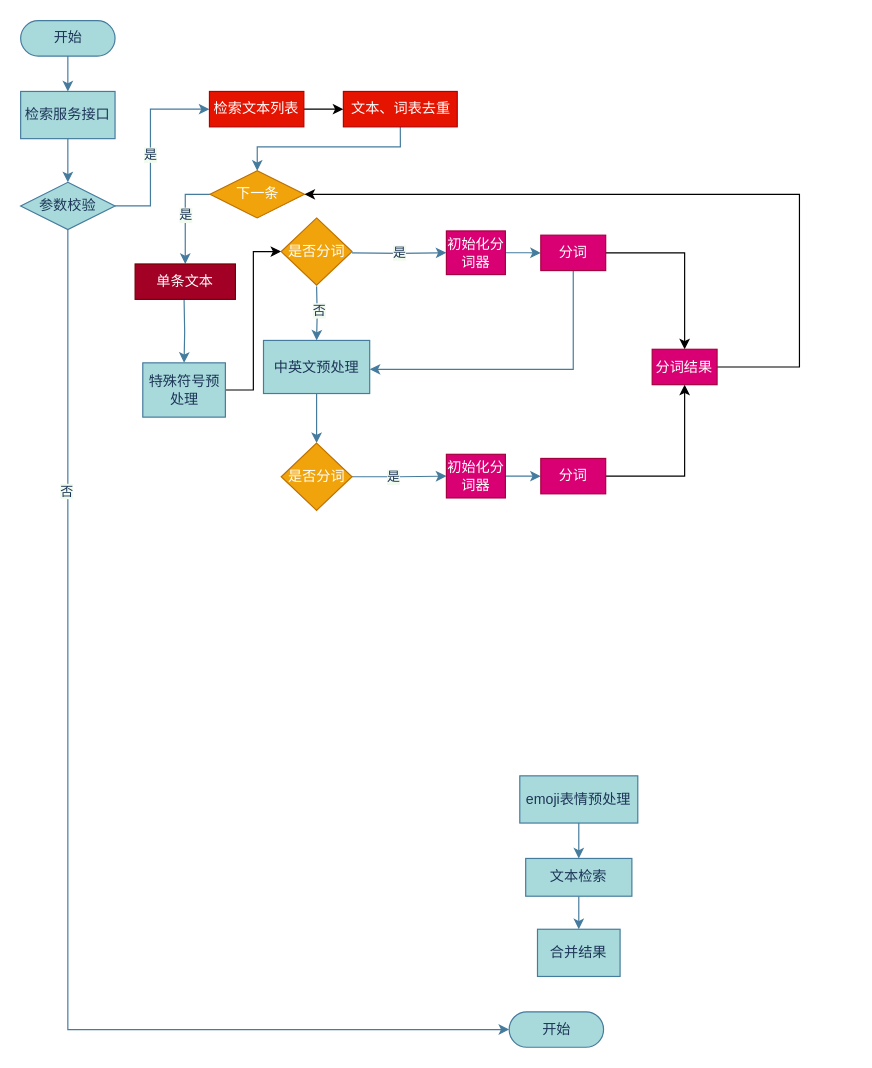
FataliBud/draw.io keeps this draw.io diagram as nlas search list接口优化.drawio. Above is the earlier version. Source tidied: cells renumbered, new cells numbered last; positions are measured from the earlier drawing's top-left corner, leaving out a move shared by most shapes. Both pictures are drawn from the tidied source at 118%, with x=0, y=0 at pixel (20, 20).
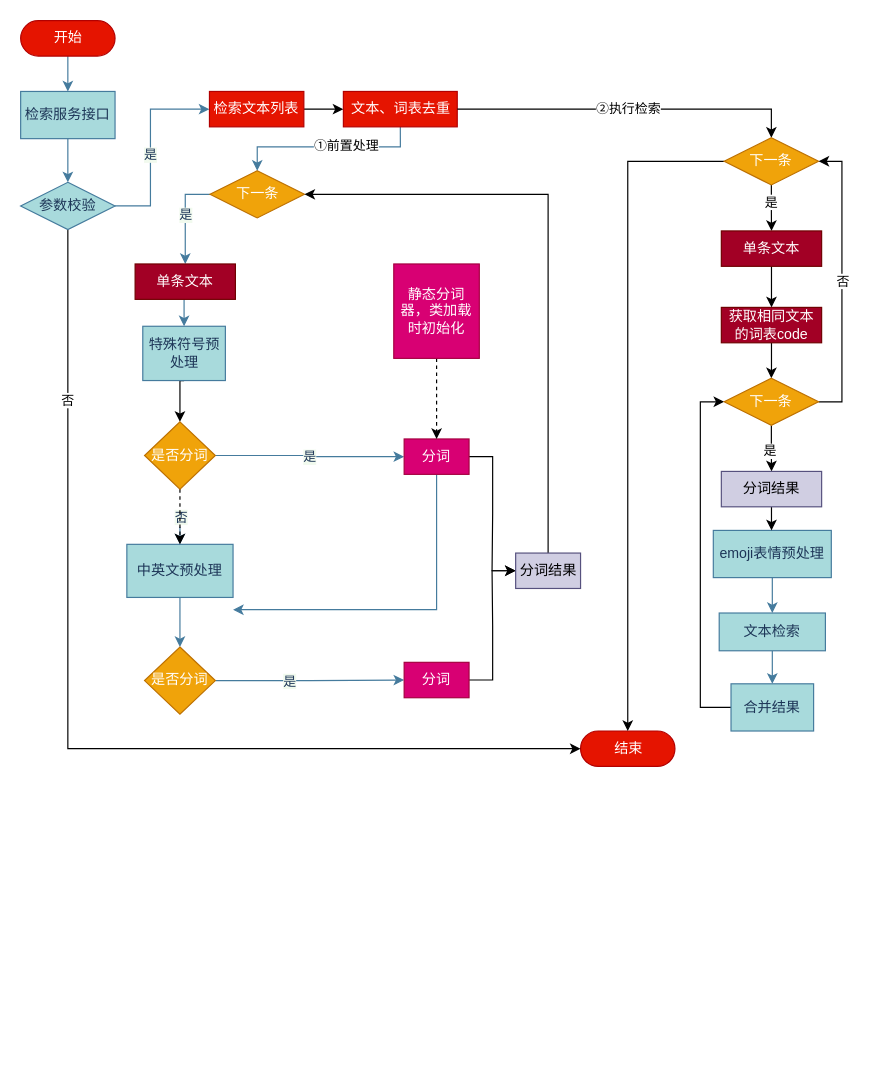
The same page after the edit.

Commit message (it also covers changes not shown here):
更新nlas search list接口优化.drawio

Unchanged cells that the change refers to:
```xml
<mxCell id="10" value="下一条" style="rhombus;whiteSpace=wrap;html=1;rounded=0;fillColor=#f0a30a;strokeColor=#BD7000;fontColor=#ffffff;" parent="1" vertex="1">
  <mxGeometry x="160.5" y="127.2" width="80" height="40" as="geometry" />
</mxCell>
<mxCell id="13" style="edgeStyle=orthogonalEdgeStyle;rounded=0;jettySize=auto;html=1;entryX=0.5;entryY=0;entryDx=0;entryDy=0;labelBackgroundColor=#F1FAEE;strokeColor=#457B9D;fontColor=#1D3557;exitX=0.5;exitY=1;exitDx=0;exitDy=0;" parent="1" edge="1" source="45" target="10">
  <mxGeometry relative="1" as="geometry">
    <Array as="points">
      <mxPoint x="322" y="107" />
      <mxPoint x="201" y="107" />
    </Array>
  </mxGeometry>
</mxCell>
<mxCell id="44" value="参数校验" style="rhombus;whiteSpace=wrap;html=1;rounded=0;fillColor=#A8DADC;strokeColor=#457B9D;fontColor=#1D3557;" parent="1" vertex="1">
  <mxGeometry y="137" width="80" height="40" as="geometry" />
</mxCell>
<mxCell id="45" value="文本、词表去重" style="whiteSpace=wrap;html=1;rounded=0;fillColor=#e51400;strokeColor=#B20000;fontColor=#ffffff;" parent="1" vertex="1">
  <mxGeometry x="273.5" y="60" width="96.5" height="30" as="geometry" />
</mxCell>
```

Diff of the diagram source:
```diff
@@
-    <mxCell id="3" value="开始" style="html=1;dashed=0;whitespace=wrap;shape=mxgraph.dfd.start;fillColor=#A8DADC;strokeColor=#457B9D;fontColor=#1D3557;" parent="1" vertex="1">
+    <mxCell id="3" value="开始" style="html=1;dashed=0;whitespace=wrap;shape=mxgraph.dfd.start;fillColor=#e51400;strokeColor=#B20000;fontColor=#ffffff;" parent="1" vertex="1">
       <mxGeometry width="80" height="30" as="geometry" />
     </mxCell>
@@
+    <mxCell id="48" value="①前置处理" style="edgeLabel;html=1;align=center;verticalAlign=middle;" parent="13" vertex="1">
+      <mxGeometry x="-0.21" y="-2" relative="1" as="geometry" />
+    </mxCell>
@@
-    <mxCell id="16" style="edgeStyle=orthogonalEdgeStyle;rounded=0;jettySize=auto;html=1;entryX=0;entryY=0.5;entryDx=0;entryDy=0;exitX=1;exitY=0.5;exitDx=0;exitDy=0;" parent="1" edge="1" source="17" target="25">
+    <mxCell id="16" style="edgeStyle=orthogonalEdgeStyle;rounded=0;jettySize=auto;html=1;entryX=0.5;entryY=0;entryDx=0;entryDy=0;exitX=0.5;exitY=1;exitDx=0;exitDy=0;" parent="1" edge="1" source="17" target="25">
       <mxGeometry relative="1" as="geometry" />
     </mxCell>
     <mxCell id="17" value="特殊符号预处理" style="whiteSpace=wrap;html=1;rounded=0;fillColor=#A8DADC;strokeColor=#457B9D;fontColor=#1D3557;" parent="1" vertex="1">
-      <mxGeometry x="103.5" y="290" width="70" height="46" as="geometry" />
+      <mxGeometry x="103.5" y="259" width="70" height="46" as="geometry" />
     </mxCell>
@@
     <mxCell id="19" value="中英文预处理" style="whiteSpace=wrap;html=1;rounded=0;fillColor=#A8DADC;strokeColor=#457B9D;fontColor=#1D3557;" parent="1" vertex="1">
-      <mxGeometry x="205.8" y="271" width="90" height="45" as="geometry" />
+      <mxGeometry x="90" y="443.8" width="90" height="45" as="geometry" />
     </mxCell>
@@
     <mxCell id="21" value="emoji表情预处理" style="whiteSpace=wrap;html=1;rounded=0;fillColor=#A8DADC;strokeColor=#457B9D;fontColor=#1D3557;" parent="1" vertex="1">
-      <mxGeometry x="423" y="640" width="100" height="40" as="geometry" />
+      <mxGeometry x="587" y="432" width="100" height="40" as="geometry" />
     </mxCell>
-    <mxCell id="22" value="是" style="edgeStyle=orthogonalEdgeStyle;rounded=0;jettySize=auto;html=1;labelBackgroundColor=#F1FAEE;strokeColor=#457B9D;fontColor=#1D3557;" parent="1" edge="1" target="27">
-      <mxGeometry relative="1" as="geometry">
-        <mxPoint x="280.8" y="196.8" as="sourcePoint" />
-      </mxGeometry>
+    <mxCell id="22" value="是" style="edgeStyle=orthogonalEdgeStyle;rounded=0;jettySize=auto;html=1;labelBackgroundColor=#F1FAEE;strokeColor=#457B9D;fontColor=#1D3557;entryX=0;entryY=0.5;entryDx=0;entryDy=0;exitX=1;exitY=0.5;exitDx=0;exitDy=0;" parent="1" edge="1" source="25" target="30">
+      <mxGeometry relative="1" as="geometry" />
     </mxCell>
     <mxCell id="23" style="edgeStyle=orthogonalEdgeStyle;rounded=0;jettySize=auto;html=1;exitX=0.5;exitY=1;exitDx=0;exitDy=0;entryX=0.5;entryY=0;entryDx=0;entryDy=0;labelBackgroundColor=#F1FAEE;strokeColor=#457B9D;fontColor=#1D3557;" parent="1" edge="1" target="19">
       <mxGeometry relative="1" as="geometry">
-        <mxPoint x="250.8" y="225.2" as="sourcePoint" />
+        <mxPoint x="135" y="429" as="sourcePoint" />
       </mxGeometry>
     </mxCell>
     <mxCell id="24" value="否" style="edgeLabel;html=1;align=center;verticalAlign=middle;labelBackgroundColor=#F1FAEE;fontColor=#1D3557;" parent="23" vertex="1">
       <mxGeometry x="-0.13" relative="1" as="geometry">
-        <mxPoint x="1" as="offset" />
+        <mxPoint y="-15" as="offset" />
       </mxGeometry>
     </mxCell>
+    <mxCell id="49" style="edgeStyle=orthogonalEdgeStyle;rounded=0;jettySize=auto;html=1;entryX=0.5;entryY=0;entryDx=0;entryDy=0;dashed=1;" parent="1" edge="1" source="25" target="19">
+      <mxGeometry relative="1" as="geometry" />
+    </mxCell>
     <mxCell id="25" value="是否分词" style="rhombus;whiteSpace=wrap;html=1;rounded=0;fillColor=#f0a30a;strokeColor=#BD7000;fontColor=#ffffff;" parent="1" vertex="1">
-      <mxGeometry x="220.8" y="167.2" width="60" height="57" as="geometry" />
+      <mxGeometry x="105" y="340" width="60" height="57" as="geometry" />
     </mxCell>
-    <mxCell id="26" style="edgeStyle=orthogonalEdgeStyle;rounded=0;jettySize=auto;html=1;labelBackgroundColor=#F1FAEE;strokeColor=#457B9D;fontColor=#1D3557;" parent="1" edge="1" source="27" target="30">
-      <mxGeometry relative="1" as="geometry" />
-    </mxCell>
-    <mxCell id="27" value="初始化分词器" style="whiteSpace=wrap;html=1;rounded=0;fillColor=#d80073;strokeColor=#A50040;fontColor=#ffffff;" parent="1" vertex="1">
-      <mxGeometry x="360.8" y="178.2" width="50" height="37" as="geometry" />
-    </mxCell>
     <mxCell id="28" style="edgeStyle=orthogonalEdgeStyle;rounded=0;jettySize=auto;html=1;entryX=1;entryY=0.5;entryDx=0;entryDy=0;labelBackgroundColor=#F1FAEE;strokeColor=#457B9D;fontColor=#1D3557;" parent="1" edge="1" source="30">
       <mxGeometry relative="1" as="geometry">
-        <mxPoint x="295.8" y="295.5" as="targetPoint" />
+        <mxPoint x="180" y="499.2" as="targetPoint" />
         <Array as="points">
-          <mxPoint x="468.8" y="295.8" />
+          <mxPoint x="353" y="499.5" />
         </Array>
       </mxGeometry>
     </mxCell>
-    <mxCell id="29" style="edgeStyle=orthogonalEdgeStyle;rounded=0;jettySize=auto;html=1;" parent="1" edge="1" source="30" target="47">
+    <mxCell id="29" style="edgeStyle=orthogonalEdgeStyle;rounded=0;jettySize=auto;html=1;entryX=0;entryY=0.5;entryDx=0;entryDy=0;" parent="1" edge="1" source="30" target="47">
       <mxGeometry relative="1" as="geometry" />
     </mxCell>
     <mxCell id="30" value="分词" style="whiteSpace=wrap;html=1;rounded=0;fillColor=#d80073;strokeColor=#A50040;fontColor=#ffffff;" parent="1" vertex="1">
-      <mxGeometry x="440.8" y="181.8" width="55" height="30" as="geometry" />
+      <mxGeometry x="325" y="354.5" width="55" height="30" as="geometry" />
     </mxCell>
-    <mxCell id="31" style="edgeStyle=orthogonalEdgeStyle;rounded=0;jettySize=auto;html=1;entryX=0;entryY=0.5;entryDx=0;entryDy=0;labelBackgroundColor=#F1FAEE;strokeColor=#457B9D;fontColor=#1D3557;" parent="1" edge="1" source="33" target="35">
+    <mxCell id="31" style="edgeStyle=orthogonalEdgeStyle;rounded=0;jettySize=auto;html=1;entryX=0;entryY=0.5;entryDx=0;entryDy=0;labelBackgroundColor=#F1FAEE;strokeColor=#457B9D;fontColor=#1D3557;" parent="1" edge="1" source="33" target="37">
       <mxGeometry relative="1" as="geometry" />
     </mxCell>
@@
     <mxCell id="33" value="是否分词" style="rhombus;whiteSpace=wrap;html=1;rounded=0;fillColor=#f0a30a;strokeColor=#BD7000;fontColor=#ffffff;" parent="1" vertex="1">
-      <mxGeometry x="220.8" y="358" width="60" height="57" as="geometry" />
+      <mxGeometry x="105" y="530.8" width="60" height="57" as="geometry" />
     </mxCell>
-    <mxCell id="34" style="edgeStyle=orthogonalEdgeStyle;rounded=0;jettySize=auto;html=1;entryX=0;entryY=0.5;entryDx=0;entryDy=0;labelBackgroundColor=#F1FAEE;strokeColor=#457B9D;fontColor=#1D3557;" parent="1" edge="1" source="35" target="37">
-      <mxGeometry relative="1" as="geometry" />
-    </mxCell>
-    <mxCell id="35" value="初始化分词器" style="whiteSpace=wrap;html=1;rounded=0;fillColor=#d80073;strokeColor=#A50040;fontColor=#ffffff;" parent="1" vertex="1">
-      <mxGeometry x="360.8" y="367.5" width="50" height="37" as="geometry" />
-    </mxCell>
-    <mxCell id="36" style="edgeStyle=orthogonalEdgeStyle;rounded=0;jettySize=auto;html=1;entryX=0.5;entryY=1;entryDx=0;entryDy=0;" parent="1" edge="1" source="37" target="47">
+    <mxCell id="36" style="edgeStyle=orthogonalEdgeStyle;rounded=0;jettySize=auto;html=1;entryX=0;entryY=0.5;entryDx=0;entryDy=0;" parent="1" edge="1" source="37" target="47">
       <mxGeometry relative="1" as="geometry" />
     </mxCell>
     <mxCell id="37" value="分词" style="whiteSpace=wrap;html=1;rounded=0;fillColor=#d80073;strokeColor=#A50040;fontColor=#ffffff;" parent="1" vertex="1">
-      <mxGeometry x="440.8" y="371" width="55" height="30" as="geometry" />
+      <mxGeometry x="325" y="543.8" width="55" height="30" as="geometry" />
     </mxCell>
@@
     <mxCell id="39" value="文本检索" style="whiteSpace=wrap;html=1;rounded=0;fillColor=#A8DADC;strokeColor=#457B9D;fontColor=#1D3557;" parent="1" vertex="1">
-      <mxGeometry x="428" y="710" width="90" height="32" as="geometry" />
+      <mxGeometry x="592" y="502" width="90" height="32" as="geometry" />
     </mxCell>
+    <mxCell id="50" style="edgeStyle=orthogonalEdgeStyle;rounded=0;jettySize=auto;html=1;entryX=0;entryY=0.5;entryDx=0;entryDy=0;" parent="1" edge="1" source="40" target="65">
+      <mxGeometry relative="1" as="geometry">
+        <Array as="points">
+          <mxPoint x="576" y="582" />
+          <mxPoint x="576" y="323" />
+        </Array>
+      </mxGeometry>
+    </mxCell>
     <mxCell id="40" value="合并结果" style="whiteSpace=wrap;html=1;rounded=0;fillColor=#A8DADC;strokeColor=#457B9D;fontColor=#1D3557;" parent="1" vertex="1">
-      <mxGeometry x="438" y="770" width="70" height="40" as="geometry" />
+      <mxGeometry x="602" y="562" width="70" height="40" as="geometry" />
     </mxCell>
-    <mxCell id="41" value="开始" style="html=1;dashed=0;whitespace=wrap;shape=mxgraph.dfd.start;fillColor=#A8DADC;strokeColor=#457B9D;fontColor=#1D3557;" parent="1" vertex="1">
-      <mxGeometry x="414" y="840" width="80" height="30" as="geometry" />
+    <mxCell id="41" value="结束" style="html=1;dashed=0;whitespace=wrap;shape=mxgraph.dfd.start;fillColor=#e51400;strokeColor=#B20000;fontColor=#ffffff;" parent="1" vertex="1">
+      <mxGeometry x="474.5" y="602" width="80" height="30" as="geometry" />
     </mxCell>
-    <mxCell id="42" style="edgeStyle=orthogonalEdgeStyle;rounded=0;jettySize=auto;html=1;exitX=0.5;exitY=1;exitDx=0;exitDy=0;labelBackgroundColor=#F1FAEE;strokeColor=#457B9D;fontColor=#1D3557;" parent="1" edge="1" source="44" target="41">
+    <mxCell id="42" style="edgeStyle=orthogonalEdgeStyle;rounded=0;jettySize=auto;html=1;entryX=0;entryY=0.5;entryDx=0;entryDy=0;entryPerimeter=0;" parent="1" edge="1" source="44" target="41">
       <mxGeometry relative="1" as="geometry">
         <Array as="points">
-          <mxPoint x="40" y="855" />
+          <mxPoint x="40" y="617" />
         </Array>
       </mxGeometry>
     </mxCell>
-    <mxCell id="43" value="否" style="edgeLabel;html=1;align=center;verticalAlign=middle;labelBackgroundColor=#F1FAEE;fontColor=#1D3557;" parent="42" vertex="1">
-      <mxGeometry x="-0.58" y="-2" relative="1" as="geometry" />
-    </mxCell>
+    <mxCell id="51" value="否" style="edgeLabel;html=1;align=center;verticalAlign=middle;" parent="42" vertex="1">
+      <mxGeometry x="-0.67" y="-1" relative="1" as="geometry" />
+    </mxCell>
@@
-    <mxCell id="46" style="edgeStyle=orthogonalEdgeStyle;rounded=0;jettySize=auto;html=1;entryX=1;entryY=0.5;entryDx=0;entryDy=0;" parent="1" edge="1" source="47" target="10">
+    <mxCell id="46" style="edgeStyle=orthogonalEdgeStyle;rounded=0;jettySize=auto;html=1;entryX=1;entryY=0.5;entryDx=0;entryDy=0;exitX=0.5;exitY=0;exitDx=0;exitDy=0;" parent="1" edge="1" source="47" target="10">
       <mxGeometry relative="1" as="geometry">
         <Array as="points">
-          <mxPoint x="660" y="294" />
-          <mxPoint x="660" y="147" />
+          <mxPoint x="447" y="147" />
         </Array>
       </mxGeometry>
     </mxCell>
-    <mxCell id="47" value="分词结果" style="whiteSpace=wrap;html=1;rounded=0;fillColor=#d80073;strokeColor=#A50040;fontColor=#ffffff;" parent="1" vertex="1">
-      <mxGeometry x="535.2" y="278.5" width="55" height="30" as="geometry" />
+    <mxCell id="47" value="分词结果" style="whiteSpace=wrap;html=1;rounded=0;fillColor=#d0cee2;strokeColor=#56517e;" parent="1" vertex="1">
+      <mxGeometry x="419.5" y="451.2" width="55" height="30" as="geometry" />
     </mxCell>
+    <mxCell id="52" value="②执行检索" style="edgeStyle=orthogonalEdgeStyle;rounded=0;jettySize=auto;html=1;entryX=0.5;entryY=0;entryDx=0;entryDy=0;exitX=1;exitY=0.5;exitDx=0;exitDy=0;" parent="1" edge="1" source="45" target="56">
+      <mxGeometry relative="1" as="geometry" />
+    </mxCell>
+    <mxCell id="53" style="edgeStyle=orthogonalEdgeStyle;rounded=0;jettySize=auto;html=1;entryX=0.5;entryY=0;entryDx=0;entryDy=0;" parent="1" edge="1" source="56" target="58">
+      <mxGeometry relative="1" as="geometry" />
+    </mxCell>
+    <mxCell id="54" value="是" style="edgeLabel;html=1;align=center;verticalAlign=middle;" parent="53" vertex="1">
+      <mxGeometry x="-0.28" y="-1" relative="1" as="geometry" />
+    </mxCell>
+    <mxCell id="55" style="edgeStyle=orthogonalEdgeStyle;rounded=0;jettySize=auto;html=1;entryX=0.5;entryY=0.5;entryDx=0;entryDy=-15;entryPerimeter=0;" parent="1" edge="1" source="56" target="41">
+      <mxGeometry relative="1" as="geometry" />
+    </mxCell>
+    <mxCell id="56" value="下一条" style="rhombus;whiteSpace=wrap;html=1;rounded=0;fillColor=#f0a30a;strokeColor=#BD7000;fontColor=#ffffff;" parent="1" vertex="1">
+      <mxGeometry x="596.2" y="99.2" width="80" height="40" as="geometry" />
+    </mxCell>
+    <mxCell id="57" style="edgeStyle=orthogonalEdgeStyle;rounded=0;jettySize=auto;html=1;" parent="1" edge="1" source="58" target="60">
+      <mxGeometry relative="1" as="geometry" />
+    </mxCell>
+    <mxCell id="58" value="单条文本" style="whiteSpace=wrap;html=1;rounded=0;fillColor=#a20025;strokeColor=#6F0000;fontColor=#ffffff;" parent="1" vertex="1">
+      <mxGeometry x="593.8" y="178.2" width="85" height="30" as="geometry" />
+    </mxCell>
+    <mxCell id="59" style="edgeStyle=orthogonalEdgeStyle;rounded=0;jettySize=auto;html=1;entryX=0.5;entryY=0;entryDx=0;entryDy=0;" parent="1" edge="1" source="60" target="65">
+      <mxGeometry relative="1" as="geometry" />
+    </mxCell>
+    <mxCell id="60" value="获取相同文本的词表code" style="whiteSpace=wrap;html=1;rounded=0;fillColor=#a20025;strokeColor=#6F0000;fontColor=#ffffff;" parent="1" vertex="1">
+      <mxGeometry x="593.8" y="243" width="85" height="30" as="geometry" />
+    </mxCell>
+    <mxCell id="61" style="edgeStyle=orthogonalEdgeStyle;rounded=0;jettySize=auto;html=1;entryX=0.5;entryY=0;entryDx=0;entryDy=0;" parent="1" edge="1" source="65" target="67">
+      <mxGeometry relative="1" as="geometry" />
+    </mxCell>
+    <mxCell id="62" value="是" style="edgeLabel;html=1;align=center;verticalAlign=middle;" parent="61" vertex="1">
+      <mxGeometry x="0.14" y="-2" relative="1" as="geometry" />
+    </mxCell>
+    <mxCell id="63" style="edgeStyle=orthogonalEdgeStyle;rounded=0;jettySize=auto;html=1;entryX=1;entryY=0.5;entryDx=0;entryDy=0;" parent="1" edge="1" source="65" target="56">
+      <mxGeometry relative="1" as="geometry">
+        <Array as="points">
+          <mxPoint x="696" y="323" />
+          <mxPoint x="696" y="119" />
+        </Array>
+      </mxGeometry>
+    </mxCell>
+    <mxCell id="64" value="否" style="edgeLabel;html=1;align=center;verticalAlign=middle;" parent="63" vertex="1">
+      <mxGeometry relative="1" as="geometry" />
+    </mxCell>
+    <mxCell id="65" value="下一条" style="rhombus;whiteSpace=wrap;html=1;rounded=0;fillColor=#f0a30a;strokeColor=#BD7000;fontColor=#ffffff;" parent="1" vertex="1">
+      <mxGeometry x="596.2" y="303" width="80" height="40" as="geometry" />
+    </mxCell>
+    <mxCell id="66" style="edgeStyle=orthogonalEdgeStyle;rounded=0;jettySize=auto;html=1;entryX=0.5;entryY=0;entryDx=0;entryDy=0;" parent="1" edge="1" source="67" target="21">
+      <mxGeometry relative="1" as="geometry" />
+    </mxCell>
+    <mxCell id="67" value="分词结果" style="whiteSpace=wrap;html=1;rounded=0;fillColor=#d0cee2;strokeColor=#56517e;" parent="1" vertex="1">
+      <mxGeometry x="593.8" y="382" width="85" height="30" as="geometry" />
+    </mxCell>
+    <mxCell id="68" style="edgeStyle=orthogonalEdgeStyle;rounded=0;jettySize=auto;html=1;entryX=0.5;entryY=0;entryDx=0;entryDy=0;dashed=1;" parent="1" edge="1" source="69" target="30">
+      <mxGeometry relative="1" as="geometry" />
+    </mxCell>
+    <mxCell id="69" value="静态分词器，类加载时初始化" style="whiteSpace=wrap;html=1;rounded=0;fillColor=#d80073;strokeColor=#A50040;fontColor=#ffffff;" parent="1" vertex="1">
+      <mxGeometry x="316.2" y="206.2" width="72.5" height="80" as="geometry" />
+    </mxCell>
```
